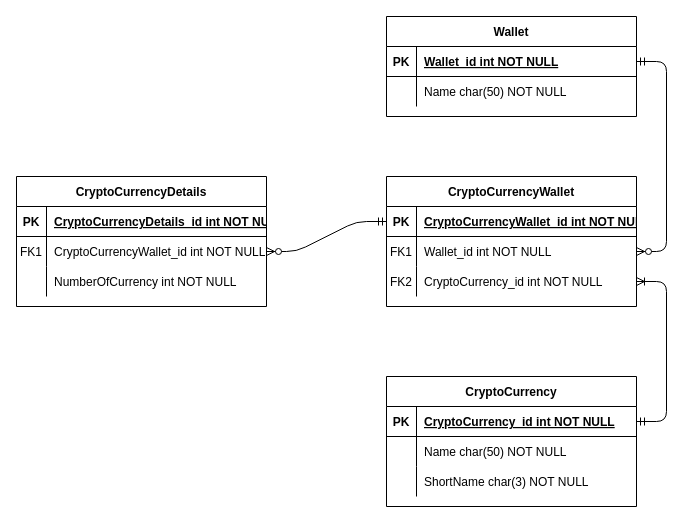
This is Documentation/Mockups/UML.drawio from Total1880/OlavCrypto, a draw.io file, before an edit. Source tidied: cells renumbered, new cells numbered last; positions are measured from the earlier drawing's top-left corner, leaving out a move shared by most shapes. Both pictures are drawn from the tidied source at 100%, with x=0, y=0 at pixel (16, 16).
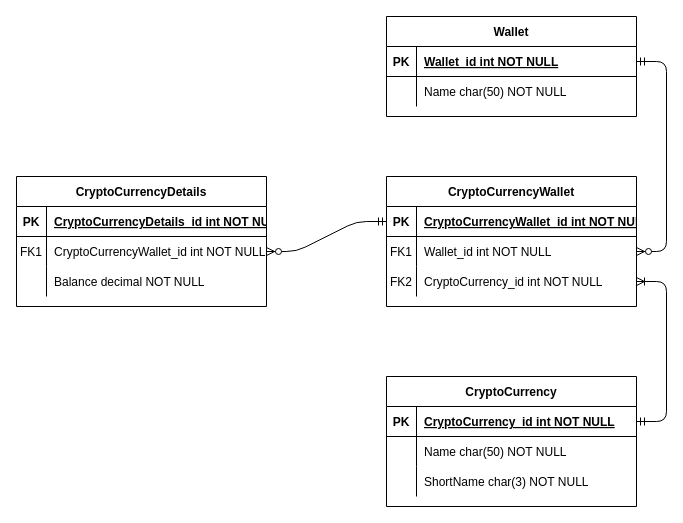
The same page after the edit.

Unchanged cells that the change refers to:
```xml
<mxCell id="40" style="shape=partialRectangle;fillColor=none;top=0;left=0;right=0;bottom=0;" parent="33" vertex="1">
  <mxGeometry y="90" width="250" height="30" as="geometry" />
</mxCell>
```

What changed in the source:
```diff
@@
-    <mxCell id="42" value="NumberOfCurrency int NOT NULL" style="shape=partialRectangle;overflow=hidden;fillColor=none;top=0;left=0;bottom=0;right=0;align=left;spacingLeft=6;" parent="40" vertex="1">
+    <mxCell id="42" value="Balance decimal NOT NULL" style="shape=partialRectangle;overflow=hidden;fillColor=none;top=0;left=0;bottom=0;right=0;align=left;spacingLeft=6;" parent="40" vertex="1">
       <mxGeometry x="30" width="220" height="30" as="geometry" />
     </mxCell>
```
